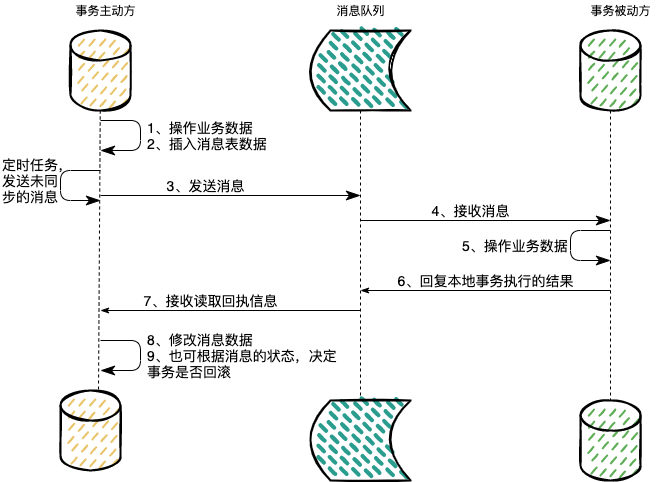
Above: img/mq-local-shiwu.png in boilingfrog/Go-POINT (draw.io), before the change. Source tidied: cells renumbered, new cells last; positions are measured from the earlier drawing's top-left corner, leaving out a move shared by most shapes.
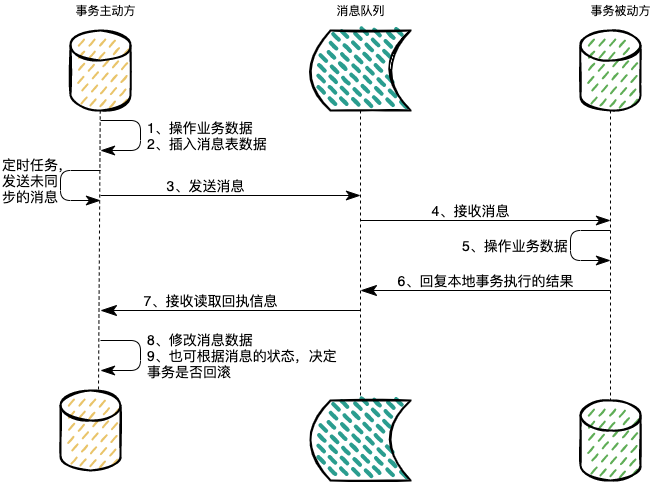
The same file after the commit.

Commit message:
几个消息队列中常见的问题

Change to the diagram source:
```diff
@@ -84,7 +84,7 @@
     <mxCell id="21" value="&lt;font style=&quot;font-size: 14px&quot;&gt;5、操作业务数据&lt;/font&gt;" style="text;html=1;align=left;verticalAlign=middle;strokeColor=none;" parent="1" vertex="1">
       <mxGeometry x="460" y="235" width="120" height="20" as="geometry" />
     </mxCell>
-    <mxCell id="22" style="endArrow=none;endFill=0;endSize=12;html=1;startArrow=classicThin;startFill=1;" parent="1" edge="1">
+    <mxCell id="22" style="endArrow=none;endFill=0;endSize=14;html=1;startArrow=classicThin;startFill=1;strokeWidth=1;startSize=14;" parent="1" edge="1">
       <mxGeometry relative="1" as="geometry">
         <mxPoint x="360" y="290" as="sourcePoint" />
         <mxPoint x="610" y="290" as="targetPoint" />
@@ -93,7 +93,7 @@
     <mxCell id="23" value="&lt;font style=&quot;font-size: 14px&quot;&gt;6、回复本地事务执行的结果&lt;/font&gt;" style="text;html=1;align=center;verticalAlign=middle;strokeColor=none;" parent="1" vertex="1">
       <mxGeometry x="390" y="270" width="190" height="20" as="geometry" />
     </mxCell>
-    <mxCell id="24" style="endArrow=none;endFill=0;endSize=12;html=1;startArrow=classicThin;startFill=1;" parent="1" edge="1">
+    <mxCell id="24" style="endArrow=none;endFill=0;endSize=12;html=1;startArrow=classicThin;startFill=1;startSize=14;" parent="1" edge="1">
       <mxGeometry relative="1" as="geometry">
         <mxPoint x="100" y="310" as="sourcePoint" />
         <mxPoint x="360" y="310" as="targetPoint" />
```
